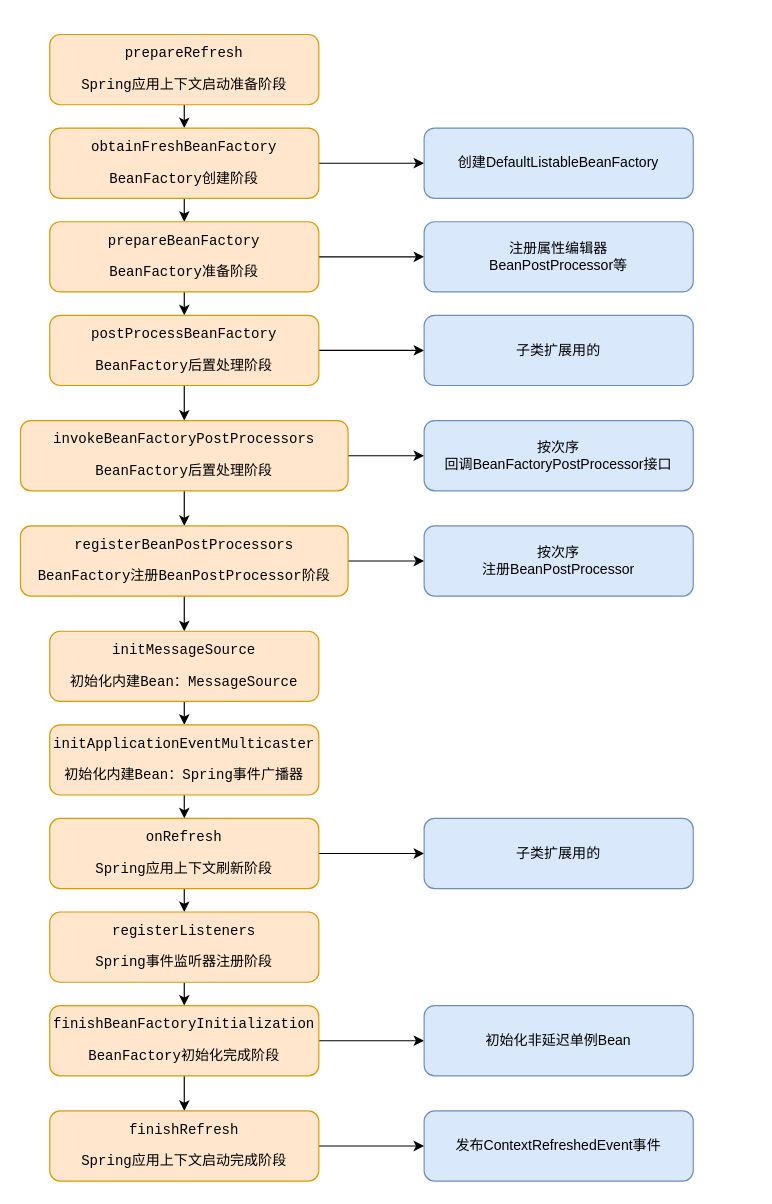
The draw.io diagram spring/spring容器启动流程.drawio in erlieStar/diagrams, before the edit. Source tidied: cells renumbered, new cells numbered last; positions are measured from the earlier drawing's top-left corner, leaving out a move shared by most shapes. Both pictures are drawn from the tidied source at 117%, with x=0, y=0 at pixel (20, 34).
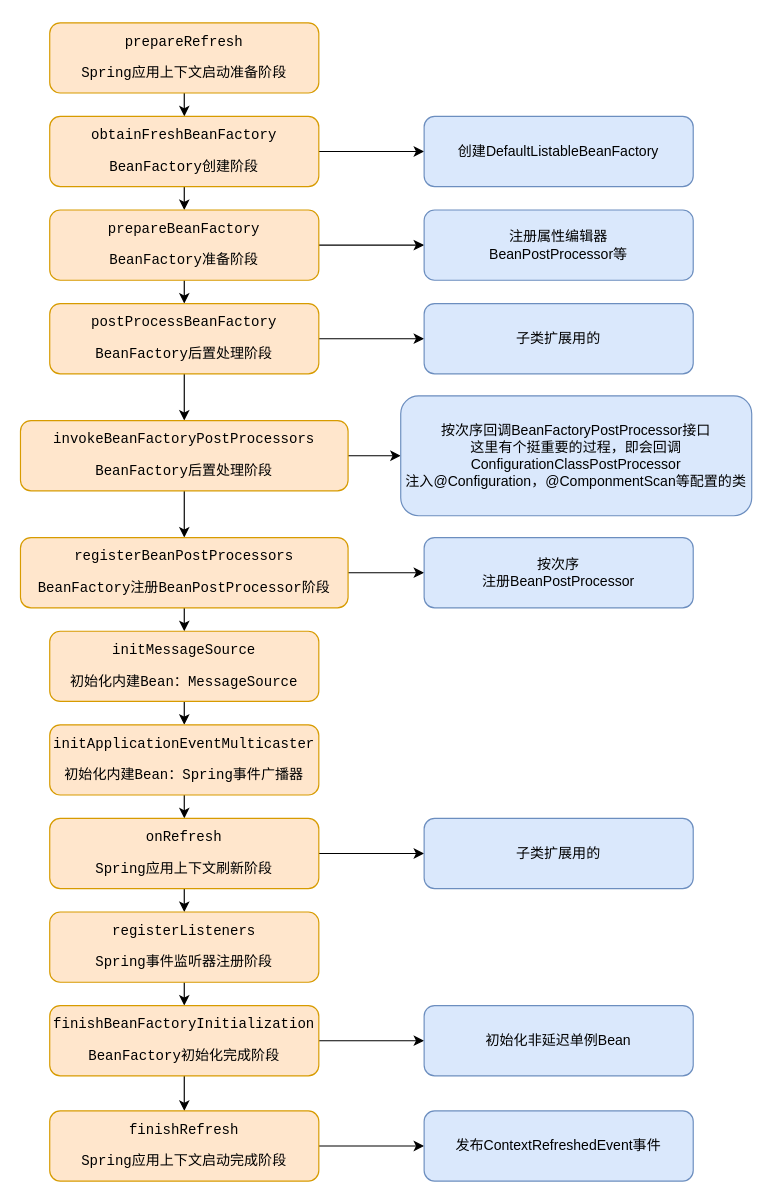
Above is the later version.

Commit message:
Update spring容器启动流程.drawio

Change to the diagram source:
```diff
@@
     <mxCell id="3" value="&lt;pre&gt;prepareRefresh&lt;/pre&gt;&lt;pre&gt;Spring应用上下文启动准备阶段&lt;/pre&gt;" style="rounded=1;whiteSpace=wrap;html=1;fillColor=#ffe6cc;strokeColor=#d79b00;" parent="1" vertex="1">
-      <mxGeometry x="25" width="230" height="60" as="geometry" />
+      <mxGeometry x="25" y="-10" width="230" height="60" as="geometry" />
     </mxCell>
@@
     <mxCell id="6" value="&lt;pre&gt;&lt;pre&gt;obtainFreshBeanFactory&lt;/pre&gt;&lt;pre&gt;BeanFactory创建阶段&lt;/pre&gt;&lt;/pre&gt;" style="rounded=1;whiteSpace=wrap;html=1;fillColor=#ffe6cc;strokeColor=#d79b00;" parent="1" vertex="1">
-      <mxGeometry x="25" y="80" width="230" height="60" as="geometry" />
+      <mxGeometry x="25" y="70" width="230" height="60" as="geometry" />
     </mxCell>
@@
     <mxCell id="9" value="&lt;pre&gt;&lt;pre&gt;prepareBeanFactory&lt;/pre&gt;&lt;pre&gt;BeanFactory准备阶段&lt;br&gt;&lt;/pre&gt;&lt;/pre&gt;" style="rounded=1;whiteSpace=wrap;html=1;fillColor=#ffe6cc;strokeColor=#d79b00;" parent="1" vertex="1">
-      <mxGeometry x="25" y="160" width="230" height="60" as="geometry" />
+      <mxGeometry x="25" y="150" width="230" height="60" as="geometry" />
     </mxCell>
@@
     <mxCell id="12" value="&lt;pre&gt;&lt;pre&gt;postProcessBeanFactory&lt;/pre&gt;&lt;pre&gt;BeanFactory后置处理阶段&lt;br&gt;&lt;/pre&gt;&lt;/pre&gt;" style="rounded=1;whiteSpace=wrap;html=1;fillColor=#ffe6cc;strokeColor=#d79b00;" parent="1" vertex="1">
-      <mxGeometry x="25" y="240" width="230" height="60" as="geometry" />
+      <mxGeometry x="25" y="230" width="230" height="60" as="geometry" />
     </mxCell>
@@
     <mxCell id="18" value="&lt;pre&gt;&lt;pre&gt;&lt;pre&gt;&lt;pre&gt;registerBeanPostProcessors&lt;/pre&gt;&lt;pre&gt;BeanFactory注册BeanPostProcessor阶段&lt;br&gt;&lt;/pre&gt;&lt;/pre&gt;&lt;/pre&gt;&lt;/pre&gt;" style="rounded=1;whiteSpace=wrap;html=1;fillColor=#ffe6cc;strokeColor=#d79b00;" parent="1" vertex="1">
-      <mxGeometry y="420" width="280" height="60" as="geometry" />
+      <mxGeometry y="430" width="280" height="60" as="geometry" />
     </mxCell>
@@
     <mxCell id="33" value="创建DefaultListableBeanFactory" style="rounded=1;whiteSpace=wrap;html=1;fillColor=#dae8fc;strokeColor=#6c8ebf;" parent="1" vertex="1">
-      <mxGeometry x="345" y="80" width="230" height="60" as="geometry" />
+      <mxGeometry x="345" y="70" width="230" height="60" as="geometry" />
     </mxCell>
     <mxCell id="34" value="注册属性编辑器&lt;br&gt;BeanPostProcessor等" style="rounded=1;whiteSpace=wrap;html=1;fillColor=#dae8fc;strokeColor=#6c8ebf;" parent="1" vertex="1">
-      <mxGeometry x="345" y="160" width="230" height="60" as="geometry" />
+      <mxGeometry x="345" y="150" width="230" height="60" as="geometry" />
     </mxCell>
     <mxCell id="35" value="子类扩展用的" style="rounded=1;whiteSpace=wrap;html=1;fillColor=#dae8fc;strokeColor=#6c8ebf;" parent="1" vertex="1">
-      <mxGeometry x="345" y="240" width="230" height="60" as="geometry" />
+      <mxGeometry x="345" y="230" width="230" height="60" as="geometry" />
     </mxCell>
-    <mxCell id="36" value="按次序&lt;br&gt;回调BeanFactoryPostProcessor接口" style="rounded=1;whiteSpace=wrap;html=1;fillColor=#dae8fc;strokeColor=#6c8ebf;" parent="1" vertex="1">
-      <mxGeometry x="345" y="330" width="230" height="60" as="geometry" />
+    <mxCell id="36" value="按次序回调BeanFactoryPostProcessor接口&lt;br&gt;这里有个挺重要的过程，即会回调ConfigurationClassPostProcessor&lt;br&gt;注入@Configuration，@ComponmentScan等配置的类" style="rounded=1;whiteSpace=wrap;html=1;fillColor=#dae8fc;strokeColor=#6c8ebf;" parent="1" vertex="1">
+      <mxGeometry x="325" y="308.8" width="300" height="102.5" as="geometry" />
     </mxCell>
     <mxCell id="37" value="按次序&lt;br&gt;注册&lt;span&gt;BeanPostProcessor&lt;/span&gt;" style="rounded=1;whiteSpace=wrap;html=1;fillColor=#dae8fc;strokeColor=#6c8ebf;" parent="1" vertex="1">
-      <mxGeometry x="345" y="420" width="230" height="60" as="geometry" />
+      <mxGeometry x="345" y="430" width="230" height="60" as="geometry" />
     </mxCell>
```
